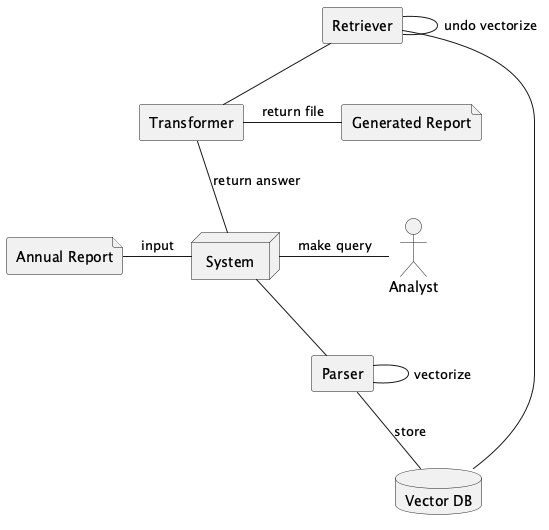
Earlier version of the PlantUML export img/uml-deployment.png (anthony-boileau/Team-28-Polyfinance-datathon-2024).
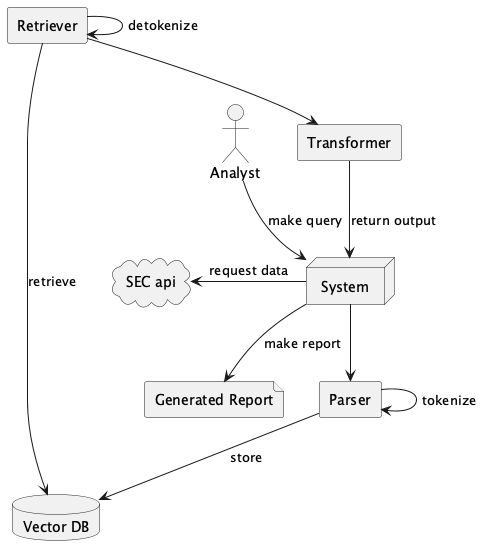
After the change.

The edit, as a diff of the source:
```diff
@@ -12,20 +12,20 @@
 
 database "Vector DB" as vdb
 
-file "Annual Report" as ar
+cloud "SEC api" as sec
 
 file "Generated Report" as gr
 
-ar - System: input
-System -- Parser
-Parser - Parser: vectorize
-Parser -- vdb: store
-rt -- vdb
-rt - rt: undo vectorize
-Analyst - System: make query
-rt -- Transformer
-Transformer - gr: return file
-Transformer -- System: return answer
+sec <- System: request data
+System --> Parser
+Parser -> Parser: tokenize
+Parser --> vdb: store
+rt --> vdb: retrieve
+rt -> rt: detokenize
+Analyst --> System: make query
+rt --> Transformer
+System --> gr: make report
+Transformer --> System: return output
 
 
 @enduml
```
